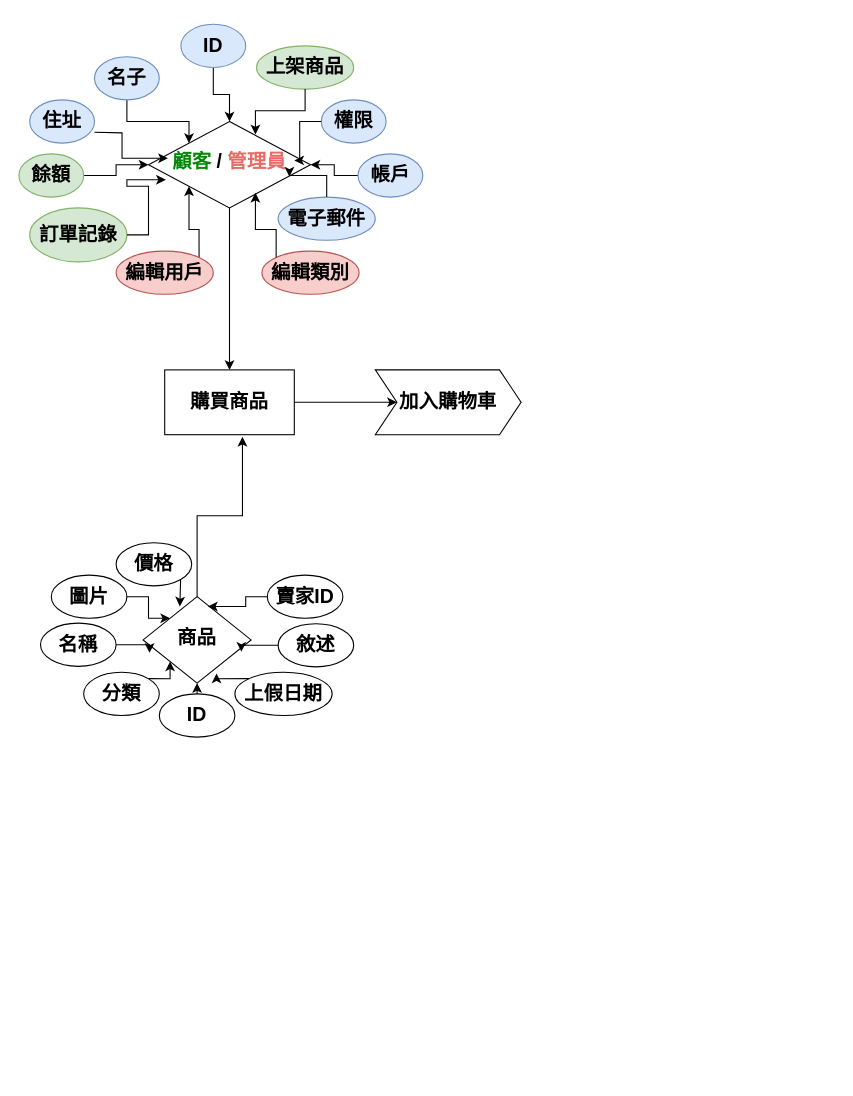
Above: Untitled Diagram.drawio in markonbizz/dbProject (draw.io), before the change. Source tidied: cells renumbered, new cells numbered last; positions are measured from the earlier drawing's top-left corner, leaving out a move shared by most shapes. Both pictures are drawn from the tidied source at 108%, with x=0, y=0 at pixel (18, 24).
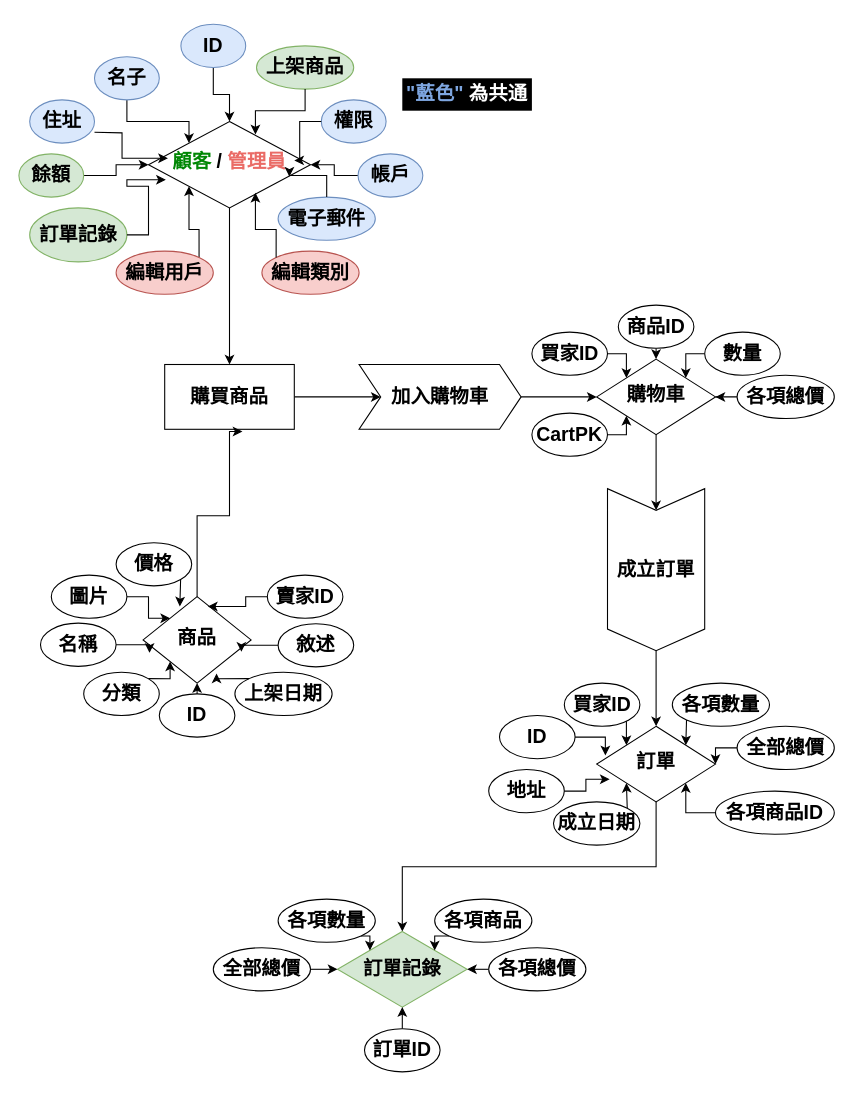
The same diagram, later.

Commit message:
Finished Website Brief Diagram

Unchanged cells that the change refers to:
```xml
<mxCell id="17" value="&lt;h2&gt;&lt;b&gt;商品&lt;/b&gt;&lt;/h2&gt;" style="rhombus;whiteSpace=wrap;html=1;shadow=0;fontFamily=Helvetica;fontSize=12;align=center;strokeWidth=1;spacing=6;spacingTop=-4;" parent="1" vertex="1">
  <mxGeometry x="115" y="530" width="100" height="80" as="geometry" />
</mxCell>
```

Diff of the diagram source:
```diff
@@
     <mxCell id="16" value="&lt;h2&gt;購買商品&lt;/h2&gt;" style="rounded=0;whiteSpace=wrap;html=1;" parent="1" vertex="1">
-      <mxGeometry x="135" y="320" width="120" height="60" as="geometry" />
+      <mxGeometry x="135" y="315" width="120" height="60" as="geometry" />
     </mxCell>
@@
-    <mxCell id="34" value="&lt;h2&gt;上假日期&lt;/h2&gt;" style="ellipse;whiteSpace=wrap;html=1;" parent="1" vertex="1">
+    <mxCell id="34" value="&lt;h2&gt;上架日期&lt;/h2&gt;" style="ellipse;whiteSpace=wrap;html=1;" parent="1" vertex="1">
       <mxGeometry x="200" y="600" width="90" height="40" as="geometry" />
     </mxCell>
@@
     <mxCell id="46" style="edgeStyle=orthogonalEdgeStyle;rounded=0;jettySize=auto;html=1;entryX=0.6;entryY=1.033;entryDx=0;entryDy=0;entryPerimeter=0;" parent="1" edge="1" source="17" target="16">
-      <mxGeometry relative="1" as="geometry" />
+      <mxGeometry relative="1" as="geometry">
+        <Array as="points">
+          <mxPoint x="165" y="455" />
+          <mxPoint x="195" y="455" />
+          <mxPoint x="195" y="377" />
+        </Array>
+      </mxGeometry>
     </mxCell>
+    <mxCell id="48" style="edgeStyle=orthogonalEdgeStyle;rounded=0;jettySize=auto;html=1;exitX=1;exitY=0.5;exitDx=0;exitDy=0;entryX=0;entryY=0.5;entryDx=0;entryDy=0;" parent="1" edge="1" source="47" target="50">
+      <mxGeometry relative="1" as="geometry" />
+    </mxCell>
     <mxCell id="47" value="&lt;h2&gt;加入購物車&lt;/h2&gt;" style="shape=step;perimeter=stepPerimeter;whiteSpace=wrap;html=1;fixedSize=1;" parent="1" vertex="1">
-      <mxGeometry x="330" y="320" width="135" height="60" as="geometry" />
+      <mxGeometry x="315" y="315" width="150" height="60" as="geometry" />
     </mxCell>
+    <mxCell id="49" style="edgeStyle=orthogonalEdgeStyle;rounded=0;jettySize=auto;html=1;exitX=0.5;exitY=1;exitDx=0;exitDy=0;entryX=0;entryY=0.5;entryDx=0;entryDy=0;" parent="1" edge="1" source="50" target="63">
+      <mxGeometry relative="1" as="geometry" />
+    </mxCell>
+    <mxCell id="50" value="&lt;h2&gt;購物車&lt;/h2&gt;" style="rhombus;whiteSpace=wrap;html=1;shadow=0;fontFamily=Helvetica;fontSize=12;align=center;strokeWidth=1;spacing=6;spacingTop=-4;" parent="1" vertex="1">
+      <mxGeometry x="535" y="310" width="110" height="70" as="geometry" />
+    </mxCell>
+    <mxCell id="51" value="&lt;h2&gt;&lt;font color=&quot;#7ea6e0&quot;&gt;&quot;藍色&quot;&lt;/font&gt;&lt;font color=&quot;#ffffff&quot;&gt;&amp;nbsp;為共通&lt;/font&gt;&lt;/h2&gt;" style="text;html=1;align=center;verticalAlign=middle;whiteSpace=wrap;rounded=0;labelBackgroundColor=none;fillColor=#000000;fillStyle=solid;" parent="1" vertex="1">
+      <mxGeometry x="355" y="50" width="120" height="30" as="geometry" />
+    </mxCell>
+    <mxCell id="52" style="edgeStyle=orthogonalEdgeStyle;rounded=0;jettySize=auto;html=1;exitX=1;exitY=0.5;exitDx=0;exitDy=0;entryX=0;entryY=0;entryDx=0;entryDy=0;" parent="1" edge="1" source="53" target="50">
+      <mxGeometry relative="1" as="geometry" />
+    </mxCell>
+    <mxCell id="53" value="&lt;h2&gt;買家ID&lt;/h2&gt;" style="ellipse;whiteSpace=wrap;html=1;" parent="1" vertex="1">
+      <mxGeometry x="475" y="285" width="70" height="40" as="geometry" />
+    </mxCell>
+    <mxCell id="54" style="edgeStyle=orthogonalEdgeStyle;rounded=0;jettySize=auto;html=1;exitX=1;exitY=0.5;exitDx=0;exitDy=0;entryX=0;entryY=1;entryDx=0;entryDy=0;" parent="1" edge="1" source="55" target="50">
+      <mxGeometry relative="1" as="geometry" />
+    </mxCell>
+    <mxCell id="55" value="&lt;h2&gt;CartPK&lt;/h2&gt;" style="ellipse;whiteSpace=wrap;html=1;" parent="1" vertex="1">
+      <mxGeometry x="475" y="360" width="70" height="40" as="geometry" />
+    </mxCell>
+    <mxCell id="56" style="edgeStyle=orthogonalEdgeStyle;rounded=0;jettySize=auto;html=1;exitX=0.5;exitY=1;exitDx=0;exitDy=0;entryX=0.5;entryY=0;entryDx=0;entryDy=0;" parent="1" edge="1" source="57" target="50">
+      <mxGeometry relative="1" as="geometry" />
+    </mxCell>
+    <mxCell id="57" value="&lt;h2&gt;&lt;b&gt;商品ID&lt;/b&gt;&lt;/h2&gt;" style="ellipse;whiteSpace=wrap;html=1;" parent="1" vertex="1">
+      <mxGeometry x="555" y="260" width="70" height="40" as="geometry" />
+    </mxCell>
+    <mxCell id="58" style="edgeStyle=orthogonalEdgeStyle;rounded=0;jettySize=auto;html=1;exitX=0;exitY=0.5;exitDx=0;exitDy=0;entryX=1;entryY=0;entryDx=0;entryDy=0;" parent="1" edge="1" source="59" target="50">
+      <mxGeometry relative="1" as="geometry" />
+    </mxCell>
+    <mxCell id="59" value="&lt;h2&gt;數量&lt;/h2&gt;" style="ellipse;whiteSpace=wrap;html=1;" parent="1" vertex="1">
+      <mxGeometry x="635" y="285" width="70" height="40" as="geometry" />
+    </mxCell>
+    <mxCell id="60" style="edgeStyle=orthogonalEdgeStyle;rounded=0;jettySize=auto;html=1;entryX=1;entryY=0.5;entryDx=0;entryDy=0;" parent="1" edge="1" source="61" target="50">
+      <mxGeometry relative="1" as="geometry" />
+    </mxCell>
+    <mxCell id="61" value="&lt;h2&gt;各項總價&lt;/h2&gt;" style="ellipse;whiteSpace=wrap;html=1;" parent="1" vertex="1">
+      <mxGeometry x="665" y="325" width="90" height="40" as="geometry" />
+    </mxCell>
+    <mxCell id="62" style="edgeStyle=orthogonalEdgeStyle;rounded=0;jettySize=auto;html=1;exitX=1;exitY=0.5;exitDx=0;exitDy=0;entryX=0.5;entryY=0;entryDx=0;entryDy=0;" parent="1" edge="1" source="63" target="65">
+      <mxGeometry relative="1" as="geometry" />
+    </mxCell>
+    <mxCell id="63" value="&lt;h2&gt;成立訂單&lt;/h2&gt;" style="shape=step;perimeter=stepPerimeter;whiteSpace=wrap;html=1;fixedSize=1;direction=south;" parent="1" vertex="1">
+      <mxGeometry x="545" y="430" width="90" height="150" as="geometry" />
+    </mxCell>
+    <mxCell id="64" style="edgeStyle=orthogonalEdgeStyle;rounded=0;jettySize=auto;html=1;exitX=0.5;exitY=1;exitDx=0;exitDy=0;" parent="1" edge="1" source="65" target="80">
+      <mxGeometry relative="1" as="geometry" />
+    </mxCell>
+    <mxCell id="65" value="&lt;h2&gt;訂單&lt;/h2&gt;" style="rhombus;whiteSpace=wrap;html=1;shadow=0;fontFamily=Helvetica;fontSize=12;align=center;strokeWidth=1;spacing=6;spacingTop=-4;" parent="1" vertex="1">
+      <mxGeometry x="535" y="650" width="110" height="70" as="geometry" />
+    </mxCell>
+    <mxCell id="66" value="&lt;h2&gt;ID&lt;/h2&gt;" style="ellipse;whiteSpace=wrap;html=1;" parent="1" vertex="1">
+      <mxGeometry x="445" y="640" width="70" height="40" as="geometry" />
+    </mxCell>
+    <mxCell id="67" style="edgeStyle=orthogonalEdgeStyle;rounded=0;jettySize=auto;html=1;exitX=1;exitY=1;exitDx=0;exitDy=0;entryX=0;entryY=0;entryDx=0;entryDy=0;" parent="1" edge="1" source="68" target="65">
+      <mxGeometry relative="1" as="geometry" />
+    </mxCell>
+    <mxCell id="68" value="&lt;h2&gt;買家ID&lt;/h2&gt;" style="ellipse;whiteSpace=wrap;html=1;" parent="1" vertex="1">
+      <mxGeometry x="505" y="610" width="70" height="40" as="geometry" />
+    </mxCell>
+    <mxCell id="69" style="edgeStyle=orthogonalEdgeStyle;rounded=0;jettySize=auto;html=1;exitX=0;exitY=1;exitDx=0;exitDy=0;entryX=1;entryY=0;entryDx=0;entryDy=0;" parent="1" edge="1" source="70" target="65">
+      <mxGeometry relative="1" as="geometry" />
+    </mxCell>
+    <mxCell id="70" value="&lt;h2&gt;&lt;span style=&quot;background-color: initial;&quot;&gt;&lt;font style=&quot;font-size: 18px;&quot;&gt;各項&lt;/font&gt;&lt;/span&gt;數量&lt;/h2&gt;" style="ellipse;whiteSpace=wrap;html=1;" parent="1" vertex="1">
+      <mxGeometry x="605" y="610" width="90" height="40" as="geometry" />
+    </mxCell>
+    <mxCell id="71" style="edgeStyle=orthogonalEdgeStyle;rounded=0;jettySize=auto;html=1;exitX=0;exitY=0.5;exitDx=0;exitDy=0;entryX=1;entryY=0.5;entryDx=0;entryDy=0;" parent="1" edge="1" source="72" target="65">
+      <mxGeometry relative="1" as="geometry" />
+    </mxCell>
+    <mxCell id="72" value="&lt;h2&gt;全部總價&lt;/h2&gt;" style="ellipse;whiteSpace=wrap;html=1;" parent="1" vertex="1">
+      <mxGeometry x="665" y="650" width="90" height="40" as="geometry" />
+    </mxCell>
+    <mxCell id="73" style="edgeStyle=orthogonalEdgeStyle;rounded=0;jettySize=auto;html=1;exitX=0;exitY=0.5;exitDx=0;exitDy=0;entryX=1;entryY=1;entryDx=0;entryDy=0;" parent="1" edge="1" source="74" target="65">
+      <mxGeometry relative="1" as="geometry" />
+    </mxCell>
+    <mxCell id="74" value="&lt;h2&gt;各項商品ID&lt;/h2&gt;" style="ellipse;whiteSpace=wrap;html=1;" parent="1" vertex="1">
+      <mxGeometry x="645" y="710" width="110" height="40" as="geometry" />
+    </mxCell>
+    <mxCell id="75" value="&lt;h2&gt;地址&lt;/h2&gt;" style="ellipse;whiteSpace=wrap;html=1;" parent="1" vertex="1">
+      <mxGeometry x="435" y="690" width="70" height="40" as="geometry" />
+    </mxCell>
+    <mxCell id="76" style="edgeStyle=orthogonalEdgeStyle;rounded=0;jettySize=auto;html=1;exitX=1;exitY=0;exitDx=0;exitDy=0;entryX=0;entryY=1;entryDx=0;entryDy=0;" parent="1" edge="1" source="77" target="65">
+      <mxGeometry relative="1" as="geometry" />
+    </mxCell>
+    <mxCell id="77" value="&lt;h2&gt;成立日期&lt;/h2&gt;" style="ellipse;whiteSpace=wrap;html=1;" parent="1" vertex="1">
+      <mxGeometry x="495" y="720" width="80" height="40" as="geometry" />
+    </mxCell>
+    <mxCell id="78" style="edgeStyle=orthogonalEdgeStyle;rounded=0;jettySize=auto;html=1;exitX=1;exitY=0.5;exitDx=0;exitDy=0;entryX=0.073;entryY=0.386;entryDx=0;entryDy=0;entryPerimeter=0;" parent="1" edge="1" source="66" target="65">
+      <mxGeometry relative="1" as="geometry" />
+    </mxCell>
+    <mxCell id="79" style="edgeStyle=orthogonalEdgeStyle;rounded=0;jettySize=auto;html=1;exitX=1;exitY=0.5;exitDx=0;exitDy=0;entryX=0.109;entryY=0.7;entryDx=0;entryDy=0;entryPerimeter=0;" parent="1" edge="1" source="75" target="65">
+      <mxGeometry relative="1" as="geometry" />
+    </mxCell>
+    <mxCell id="80" value="&lt;h2&gt;&lt;b&gt;訂單記錄&lt;/b&gt;&lt;/h2&gt;" style="rhombus;whiteSpace=wrap;html=1;fillColor=#d5e8d4;strokeColor=#82b366;" parent="1" vertex="1">
+      <mxGeometry x="295" y="840" width="120" height="70" as="geometry" />
+    </mxCell>
+    <mxCell id="81" style="edgeStyle=orthogonalEdgeStyle;rounded=0;jettySize=auto;html=1;exitX=0;exitY=1;exitDx=0;exitDy=0;entryX=1;entryY=0;entryDx=0;entryDy=0;" parent="1" edge="1" source="82" target="80">
+      <mxGeometry relative="1" as="geometry" />
+    </mxCell>
+    <mxCell id="82" value="&lt;h2&gt;各項商品&lt;/h2&gt;" style="ellipse;whiteSpace=wrap;html=1;" parent="1" vertex="1">
+      <mxGeometry x="385" y="810" width="90" height="40" as="geometry" />
+    </mxCell>
+    <mxCell id="83" style="edgeStyle=orthogonalEdgeStyle;rounded=0;jettySize=auto;html=1;exitX=1;exitY=1;exitDx=0;exitDy=0;entryX=0;entryY=0;entryDx=0;entryDy=0;" parent="1" edge="1" source="84" target="80">
+      <mxGeometry relative="1" as="geometry" />
+    </mxCell>
+    <mxCell id="84" value="&lt;h2&gt;&lt;span style=&quot;background-color: initial;&quot;&gt;&lt;font style=&quot;font-size: 18px;&quot;&gt;各項&lt;/font&gt;&lt;/span&gt;數量&lt;/h2&gt;" style="ellipse;whiteSpace=wrap;html=1;" parent="1" vertex="1">
+      <mxGeometry x="240" y="810" width="90" height="40" as="geometry" />
+    </mxCell>
+    <mxCell id="85" style="edgeStyle=orthogonalEdgeStyle;rounded=0;jettySize=auto;html=1;exitX=0;exitY=0.5;exitDx=0;exitDy=0;entryX=1;entryY=0.5;entryDx=0;entryDy=0;" parent="1" edge="1" source="86" target="80">
+      <mxGeometry relative="1" as="geometry" />
+    </mxCell>
+    <mxCell id="86" value="&lt;h2&gt;各項總價&lt;/h2&gt;" style="ellipse;whiteSpace=wrap;html=1;" parent="1" vertex="1">
+      <mxGeometry x="435" y="855" width="90" height="40" as="geometry" />
+    </mxCell>
+    <mxCell id="87" style="edgeStyle=orthogonalEdgeStyle;rounded=0;jettySize=auto;html=1;exitX=1;exitY=0.5;exitDx=0;exitDy=0;entryX=0;entryY=0.5;entryDx=0;entryDy=0;" parent="1" edge="1" source="88" target="80">
+      <mxGeometry relative="1" as="geometry" />
+    </mxCell>
+    <mxCell id="88" value="&lt;h2&gt;全部總價&lt;/h2&gt;" style="ellipse;whiteSpace=wrap;html=1;" parent="1" vertex="1">
+      <mxGeometry x="180" y="855" width="90" height="40" as="geometry" />
+    </mxCell>
+    <mxCell id="89" style="edgeStyle=orthogonalEdgeStyle;rounded=0;jettySize=auto;html=1;exitX=0.5;exitY=0;exitDx=0;exitDy=0;entryX=0.5;entryY=1;entryDx=0;entryDy=0;" parent="1" edge="1" source="90" target="80">
+      <mxGeometry relative="1" as="geometry" />
+    </mxCell>
+    <mxCell id="90" value="&lt;h2&gt;&lt;span style=&quot;background-color: initial;&quot;&gt;&lt;font style=&quot;font-size: 18px;&quot;&gt;訂單&lt;/font&gt;&lt;/span&gt;ID&lt;/h2&gt;" style="ellipse;whiteSpace=wrap;html=1;" parent="1" vertex="1">
+      <mxGeometry x="320" y="930" width="70" height="40" as="geometry" />
+    </mxCell>
```
